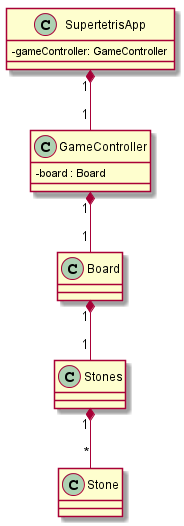
Before: doc/Klassendiagramm.png, a diagram exported from PlantUML (ponchofiesta/supertetris).
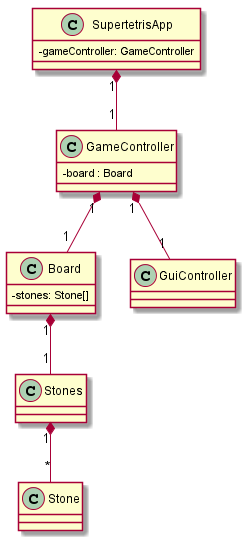
The same file after the commit.

What changed in the source:
```diff
@@ -4,6 +4,7 @@
 
 SupertetrisApp "1" *-- "1" GameController
 GameController "1" *-- "1" Board
+GameController "1" *-- "1" GuiController
 Board "1" *-- "1" Stones
 Stones "1" *-- "*" Stone
 
@@ -16,8 +17,12 @@
     -board : Board
 }
 
+class GuiController {
+
+}
+
 class Board {
-
+    -stones: Stone[]
 }
 
 class Stones {
```
